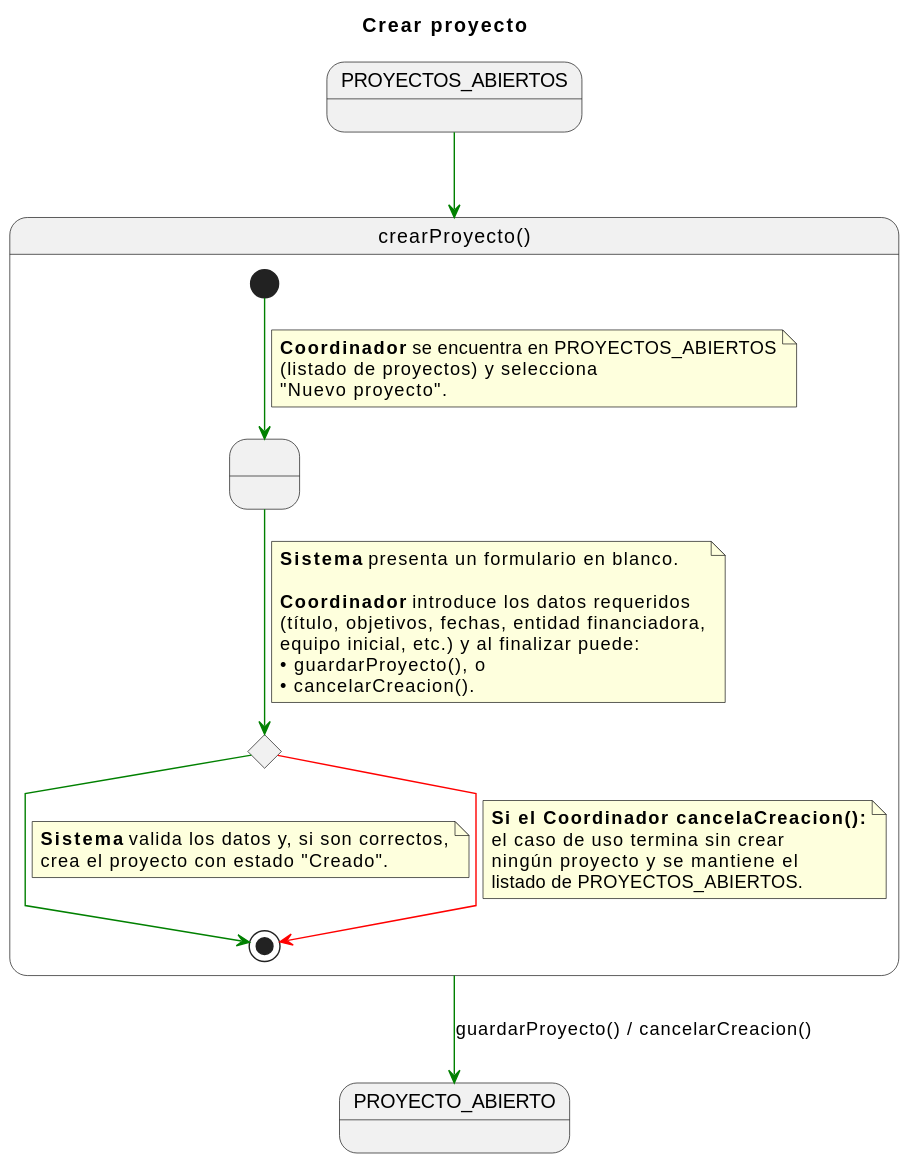
This is documents/CasosDeUso/DetalladoCasosDeUso/Coordinador/crearProyecto().svg from 31Diego/25-26-IdSw1-SdR, a PlantUML export, as it was before one commit. The source it was exported from:
```plantuml
@startuml
title Crear proyecto
skinparam linetype polyline

state PROYECTOS_ABIERTOS_INICIAL  as "PROYECTOS_ABIERTOS"
state PROYECTO_ABIERTO_FINAL      as "PROYECTO_ABIERTO"

PROYECTOS_ABIERTOS_INICIAL -[#green]-> crearProyecto

state crearProyecto as "crearProyecto()" {

    state FormularioProyecto as " "
    state DecisionUsuario <<choice>>

    [*] -[#green]-> FormularioProyecto
    note on link
    <b>Coordinador</b> se encuentra en PROYECTOS_ABIERTOS
    (listado de proyectos) y selecciona
    "Nuevo proyecto".
    end note

    FormularioProyecto -[#green]-> DecisionUsuario
    note on link
    <b>Sistema</b> presenta un formulario en blanco.

    <b>Coordinador</b> introduce los datos requeridos
    (título, objetivos, fechas, entidad financiadora,
    equipo inicial, etc.) y al finalizar puede:
    • guardarProyecto(), o
    • cancelarCreacion().
    end note

    DecisionUsuario -[#green]-> [*]
    note on link
    <b>Sistema</b> valida los datos y, si son correctos,
    crea el proyecto con estado "Creado".
    end note

    DecisionUsuario -[#red]-> [*]
    note on link
    <b>Si el Coordinador cancelaCreacion():</b>
    el caso de uso termina sin crear
    ningún proyecto y se mantiene el
    listado de PROYECTOS_ABIERTOS.
    end note
}

crearProyecto -[#green]-> PROYECTO_ABIERTO_FINAL : guardarProyecto() / cancelarCreacion()
@enduml
```
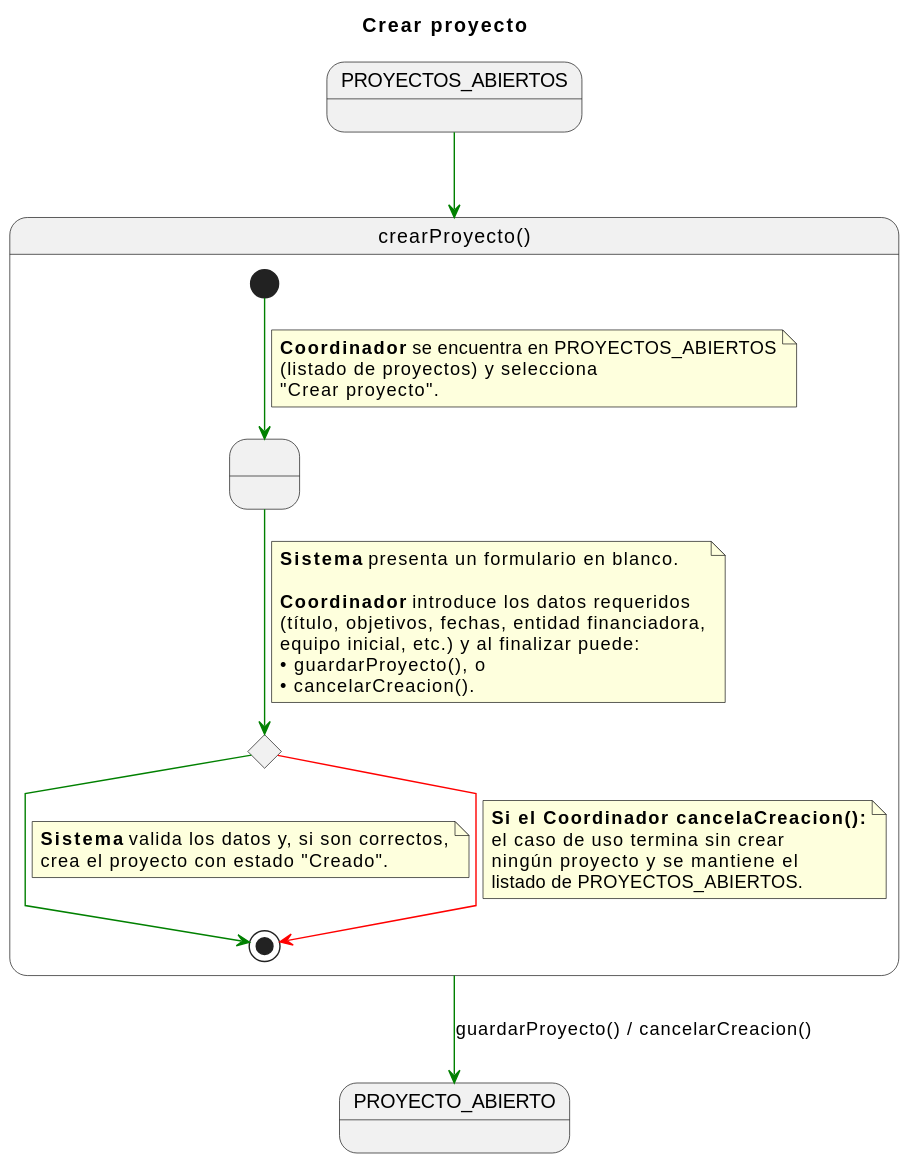
Above is the later version.

The edit, as a diff of the source:
```diff
@@ -16,7 +16,7 @@
     note on link
     <b>Coordinador</b> se encuentra en PROYECTOS_ABIERTOS
     (listado de proyectos) y selecciona
-    "Nuevo proyecto".
+    "Crear proyecto".
     end note
 
     FormularioProyecto -[#green]-> DecisionUsuario
```
